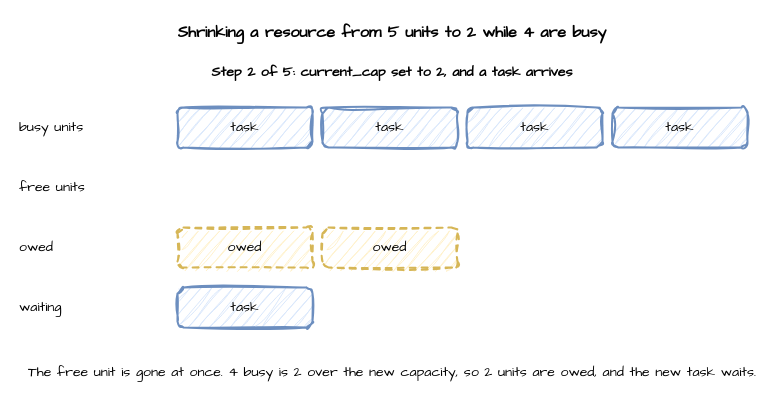
This is page "step 2" (2 of 5) of docs/assets/diagrams/resource-shrink.drawio from jaehyeon-kim/desflow, a draw.io file, before an edit. Source tidied: cells renumbered, new cells numbered last; positions are measured from the earlier drawing's top-left corner, leaving out a move shared by most shapes. Both pictures are drawn from the tidied source at 100%, with x=0, y=0 at pixel (17, 17).
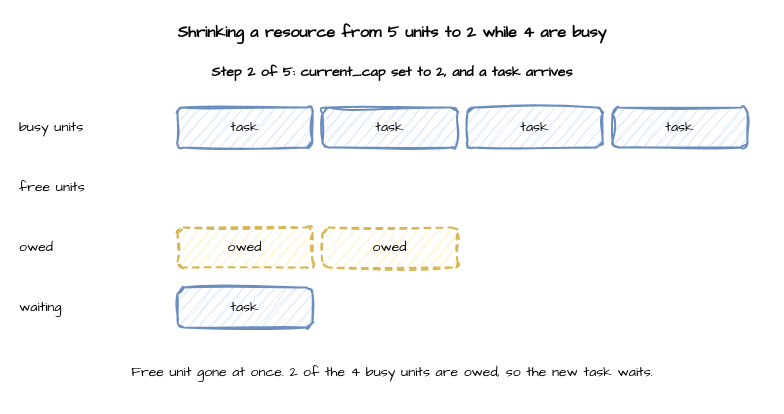
After the change.

Diff of the diagram source:
```diff
@@
 <mxGraphModel>
   <root>
     <mxCell id="0" />
     <mxCell id="1" parent="0" />
     <mxCell id="2" value="Shrinking a resource from 5 units to 2 while 4 are busy" style="text;html=1;align=center;verticalAlign=middle;whiteSpace=wrap;fontFamily=Comic Sans MS;fontSize=16;fontStyle=1;" parent="1" vertex="1">
       <mxGeometry width="750" height="30" as="geometry" />
     </mxCell>
     <mxCell id="3" value="Step 2 of 5: current_cap set to 2, and a task arrives" style="text;html=1;align=center;verticalAlign=middle;whiteSpace=wrap;html=1;sketch=1;curveFitting=1;jiggle=2;fontFamily=Comic Sans MS;fontSize=14;fontStyle=1;" parent="1" vertex="1">
       <mxGeometry y="40" width="750" height="30" as="geometry" />
     </mxCell>
     <mxCell id="4" value="busy units" style="text;html=1;align=center;verticalAlign=middle;whiteSpace=wrap;html=1;sketch=1;curveFitting=1;jiggle=2;fontFamily=Comic Sans MS;fontSize=14;align=left;" parent="1" vertex="1">
       <mxGeometry y="90" width="120" height="40" as="geometry" />
     </mxCell>
     <mxCell id="5" value="task" style="rounded=1;whiteSpace=wrap;html=1;sketch=1;curveFitting=1;jiggle=2;fontFamily=Comic Sans MS;fontSize=14;fillColor=#dae8fc;strokeColor=#6c8ebf;strokeWidth=2;" parent="1" vertex="1">
       <mxGeometry x="160" y="90" width="135" height="40" as="geometry" />
     </mxCell>
     <mxCell id="6" value="task" style="rounded=1;whiteSpace=wrap;html=1;sketch=1;curveFitting=1;jiggle=2;fontFamily=Comic Sans MS;fontSize=14;fillColor=#dae8fc;strokeColor=#6c8ebf;strokeWidth=2;" parent="1" vertex="1">
       <mxGeometry x="305" y="90" width="135" height="40" as="geometry" />
     </mxCell>
     <mxCell id="7" value="task" style="rounded=1;whiteSpace=wrap;html=1;sketch=1;curveFitting=1;jiggle=2;fontFamily=Comic Sans MS;fontSize=14;fillColor=#dae8fc;strokeColor=#6c8ebf;strokeWidth=2;" parent="1" vertex="1">
       <mxGeometry x="450" y="90" width="135" height="40" as="geometry" />
     </mxCell>
     <mxCell id="8" value="task" style="rounded=1;whiteSpace=wrap;html=1;sketch=1;curveFitting=1;jiggle=2;fontFamily=Comic Sans MS;fontSize=14;fillColor=#dae8fc;strokeColor=#6c8ebf;strokeWidth=2;" parent="1" vertex="1">
       <mxGeometry x="595" y="90" width="135" height="40" as="geometry" />
     </mxCell>
     <mxCell id="9" value="free units" style="text;html=1;align=center;verticalAlign=middle;whiteSpace=wrap;html=1;sketch=1;curveFitting=1;jiggle=2;fontFamily=Comic Sans MS;fontSize=14;align=left;" parent="1" vertex="1">
       <mxGeometry y="150" width="120" height="40" as="geometry" />
     </mxCell>
     <mxCell id="10" value="owed" style="text;html=1;align=center;verticalAlign=middle;whiteSpace=wrap;html=1;sketch=1;curveFitting=1;jiggle=2;fontFamily=Comic Sans MS;fontSize=14;align=left;" parent="1" vertex="1">
       <mxGeometry y="210" width="120" height="40" as="geometry" />
     </mxCell>
     <mxCell id="11" value="owed" style="rounded=1;whiteSpace=wrap;html=1;sketch=1;curveFitting=1;jiggle=2;fontFamily=Comic Sans MS;fontSize=14;fillColor=#fff2cc;strokeColor=#d6b656;strokeWidth=2;dashed=1;" parent="1" vertex="1">
       <mxGeometry x="160" y="210" width="135" height="40" as="geometry" />
     </mxCell>
     <mxCell id="12" value="owed" style="rounded=1;whiteSpace=wrap;html=1;sketch=1;curveFitting=1;jiggle=2;fontFamily=Comic Sans MS;fontSize=14;fillColor=#fff2cc;strokeColor=#d6b656;strokeWidth=2;dashed=1;" parent="1" vertex="1">
       <mxGeometry x="305" y="210" width="135" height="40" as="geometry" />
     </mxCell>
     <mxCell id="13" value="waiting" style="text;html=1;align=center;verticalAlign=middle;whiteSpace=wrap;html=1;sketch=1;curveFitting=1;jiggle=2;fontFamily=Comic Sans MS;fontSize=14;align=left;" parent="1" vertex="1">
       <mxGeometry y="270" width="120" height="40" as="geometry" />
     </mxCell>
     <mxCell id="14" value="task" style="rounded=1;whiteSpace=wrap;html=1;sketch=1;curveFitting=1;jiggle=2;fontFamily=Comic Sans MS;fontSize=14;fillColor=#dae8fc;strokeColor=#6c8ebf;strokeWidth=2;" parent="1" vertex="1">
       <mxGeometry x="160" y="270" width="135" height="40" as="geometry" />
     </mxCell>
-    <mxCell id="15" value="The free unit is gone at once. 4 busy is 2 over the new capacity, so 2 units are owed, and the new task waits." style="text;html=1;align=center;verticalAlign=middle;whiteSpace=wrap;html=1;sketch=1;curveFitting=1;jiggle=2;fontFamily=Comic Sans MS;fontSize=14;" parent="1" vertex="1">
+    <mxCell id="15" value="Free unit gone at once. 2 of the 4 busy units are owed, so the new task waits." style="text;html=1;align=center;verticalAlign=middle;whiteSpace=wrap;html=1;sketch=1;curveFitting=1;jiggle=2;fontFamily=Comic Sans MS;fontSize=14;" parent="1" vertex="1">
       <mxGeometry y="330" width="750" height="50" as="geometry" />
     </mxCell>
   </root>
 </mxGraphModel>
```
